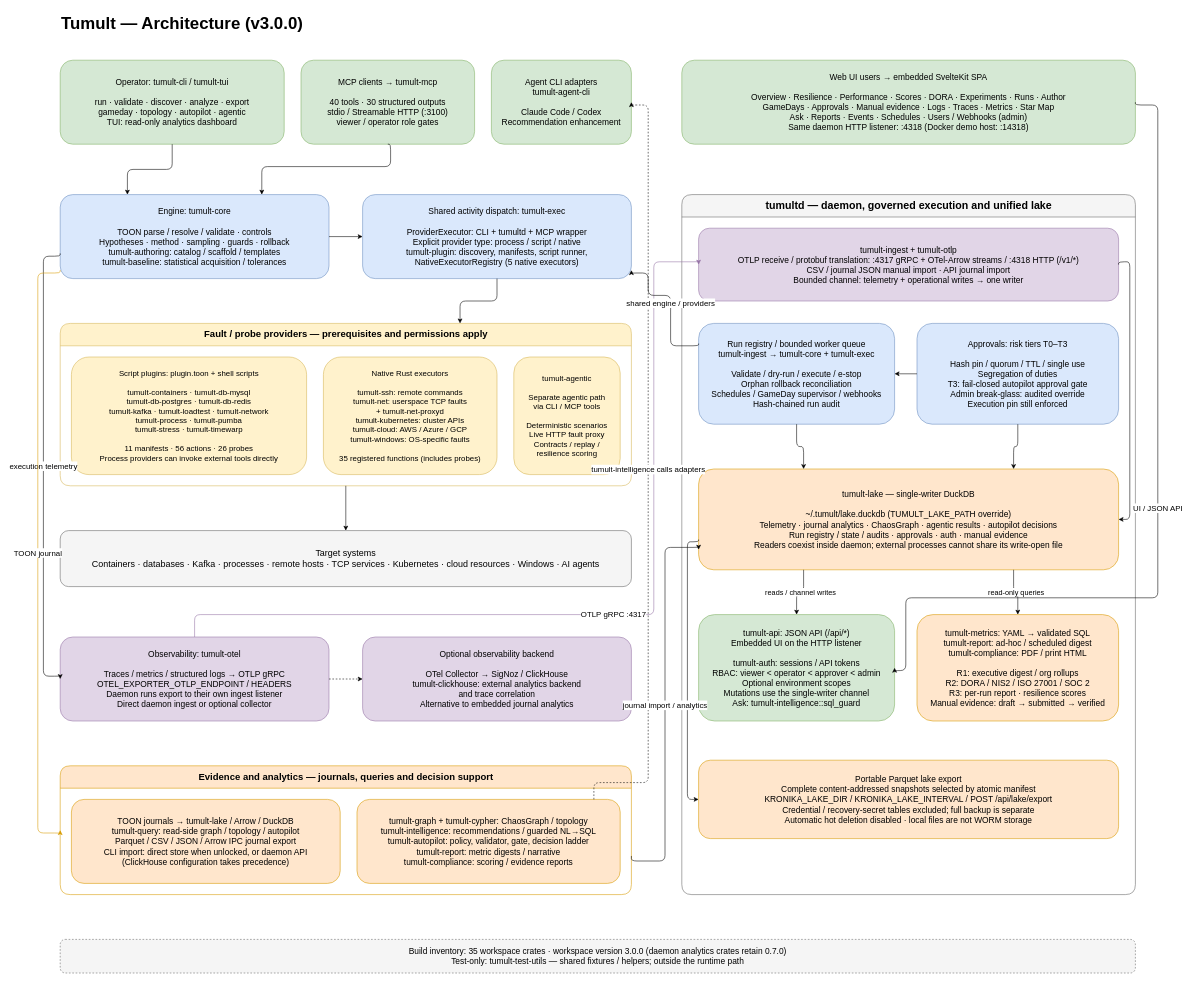
mwigge/tumult keeps this draw.io diagram as page "High-Level Architecture" (1 of 3) of docs/architecture/tumult-architecture.drawio. Above is the earlier version. Source tidied: cells renumbered, new cells numbered last; positions are measured from the earlier drawing's top-left corner, leaving out a move shared by most shapes. Both pictures are drawn from the tidied source at 56%, with x=0, y=0 at pixel (38, 10).
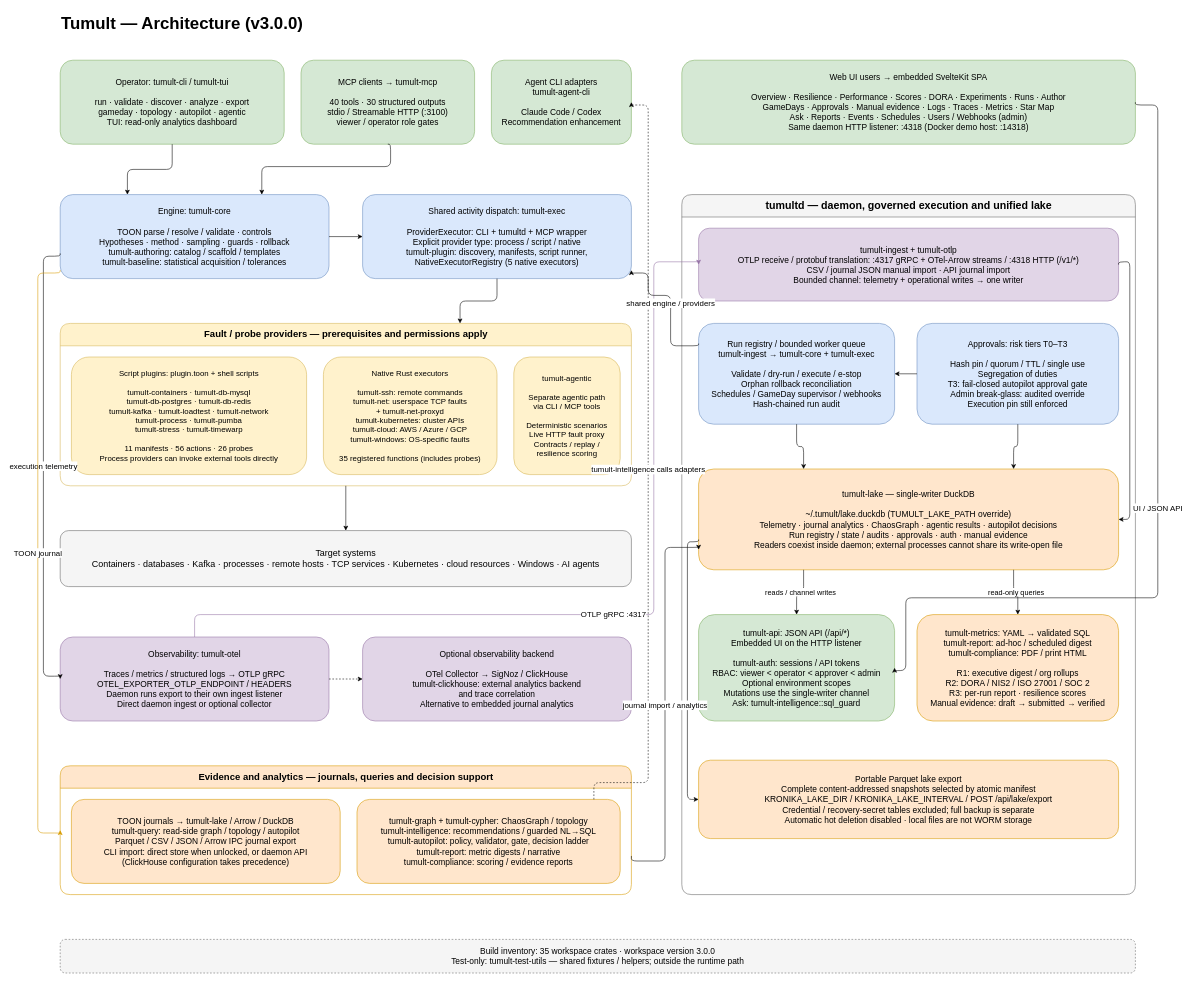
The same diagram, later.

Commit message (it also covers changes not shown here):
release: daemon crates follow the workspace version

Change to the diagram source:
```diff
@@
-    <mxCell id="27" value="Build inventory: 35 workspace crates · workspace version 3.0.0 (daemon analytics crates retain 0.7.0)&#10;Test-only: tumult-test-utils — shared fixtures / helpers; outside the runtime path" style="rounded=1;whiteSpace=wrap;html=1;fillColor=#f5f5f5;strokeColor=#666666;dashed=1;fontSize=15;spacing=12;" parent="1" vertex="1">
+    <mxCell id="27" value="Build inventory: 35 workspace crates · workspace version 3.0.0&#10;Test-only: tumult-test-utils — shared fixtures / helpers; outside the runtime path" style="rounded=1;whiteSpace=wrap;html=1;fillColor=#f5f5f5;strokeColor=#666666;dashed=1;fontSize=15;spacing=12;" parent="1" vertex="1">
       <mxGeometry x="40" y="1660" width="1920" height="60" as="geometry" />
     </mxCell>
```
